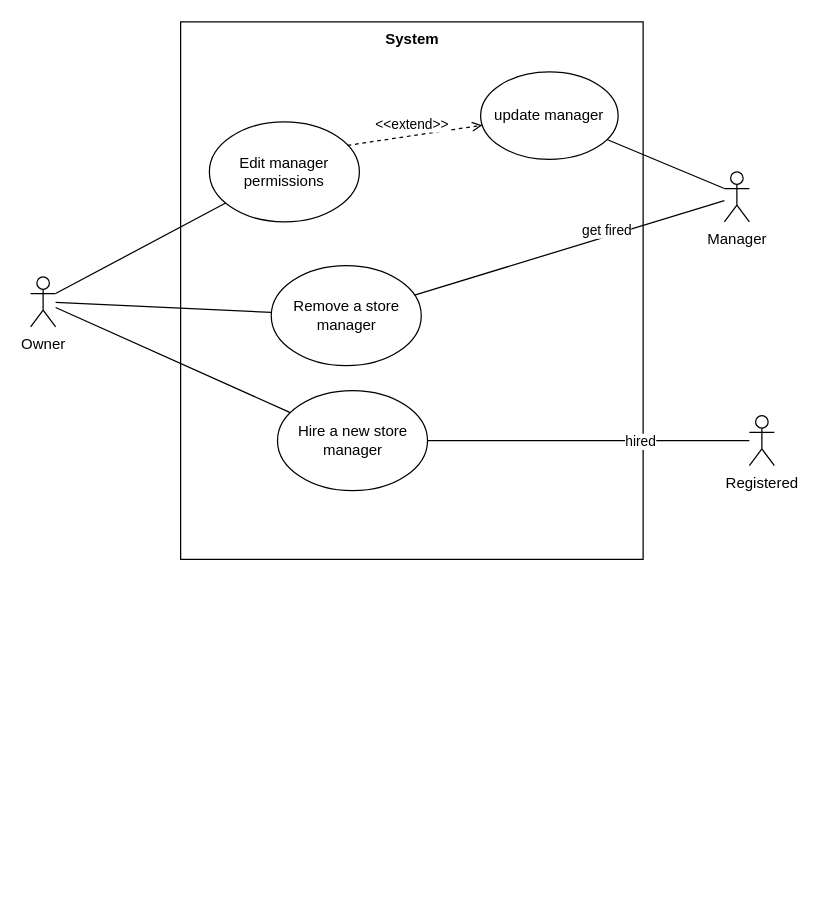
LevyIfta/Team-19B-Project keeps this draw.io diagram as use cases/use case 4.5 4.6 4.7.drawio. Above is the earlier version. Source tidied: cells renumbered, new cells numbered last; positions are measured from the earlier drawing's top-left corner, leaving out a move shared by most shapes. Both pictures are drawn from the tidied source at 125%, with x=0, y=0 at pixel (30, 21).
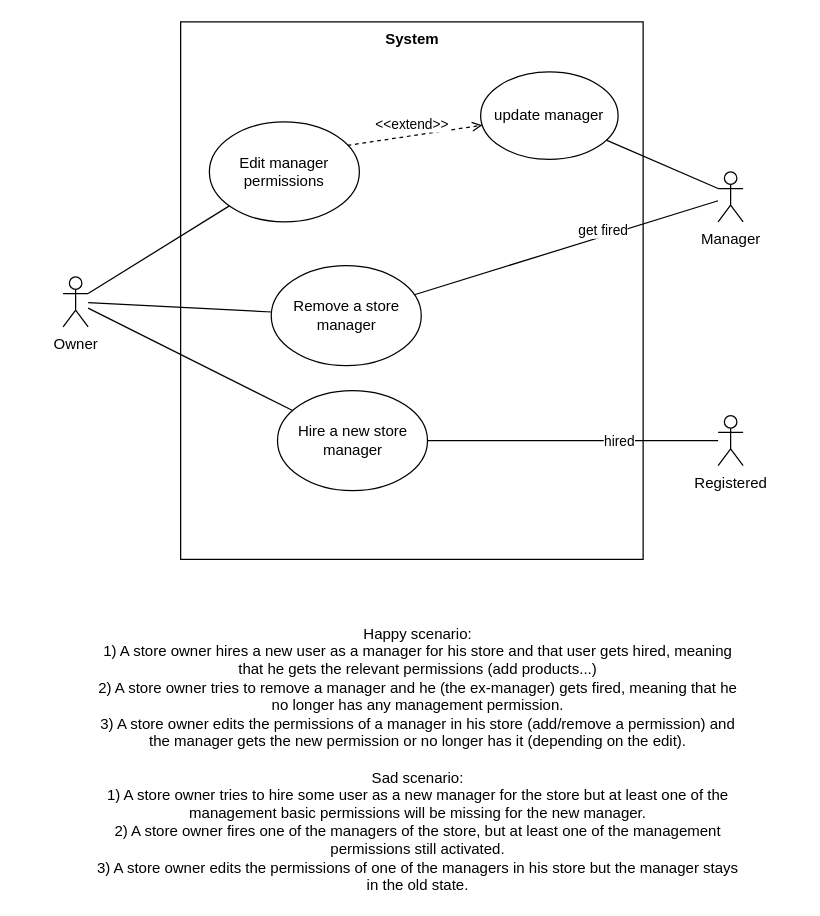
The same page after the edit.

Diff of the diagram source:
```diff
@@
     <mxCell id="3" value="Owner" style="shape=umlActor;verticalLabelPosition=bottom;verticalAlign=top;html=1;outlineConnect=0;" parent="1" vertex="1">
-      <mxGeometry y="204" width="20" height="40" as="geometry" />
+      <mxGeometry x="26" y="204" width="20" height="40" as="geometry" />
     </mxCell>
     <mxCell id="4" value="Registered&lt;br&gt;" style="shape=umlActor;verticalLabelPosition=bottom;verticalAlign=top;html=1;outlineConnect=0;" parent="1" vertex="1">
-      <mxGeometry x="575" y="315" width="20" height="40" as="geometry" />
+      <mxGeometry x="550" y="315" width="20" height="40" as="geometry" />
     </mxCell>
@@
     <mxCell id="7" value="Manager" style="shape=umlActor;verticalLabelPosition=bottom;verticalAlign=top;html=1;outlineConnect=0;" parent="1" vertex="1">
-      <mxGeometry x="555" y="120" width="20" height="40" as="geometry" />
+      <mxGeometry x="550" y="120" width="20" height="40" as="geometry" />
     </mxCell>
@@
+    <mxCell id="19" value="&lt;span&gt;Happy scenario:&lt;/span&gt;&lt;br&gt;&lt;span&gt;1) A store owner hires a new user as a manager for his store and that user gets hired, meaning that he gets the relevant permissions (add products...)&lt;br&gt;2) A store owner tries to remove a manager and he (the ex-manager) gets fired, meaning that he no longer has any management permission.&lt;br&gt;3) A store owner edits the permissions of a manager in his store (add/remove a permission) and the manager gets the new permission or no longer has it (depending on the edit).&lt;br&gt;&lt;br&gt;Sad scenario:&lt;br&gt;1) A store owner tries to hire some user as a new manager for the store but at least one of the management basic permissions will be missing for the new manager.&lt;br&gt;2) A store owner fires one of the managers of the store, but at least one of the management permissions still activated.&lt;br&gt;3) A store owner edits the permissions of one of the managers in his store but the manager stays in the old state.&lt;br&gt;&lt;/span&gt;" style="text;html=1;strokeColor=none;fillColor=none;align=center;verticalAlign=middle;whiteSpace=wrap;rounded=0;" parent="1" vertex="1">
+      <mxGeometry x="50" y="580" width="520" height="20" as="geometry" />
+    </mxCell>
```
